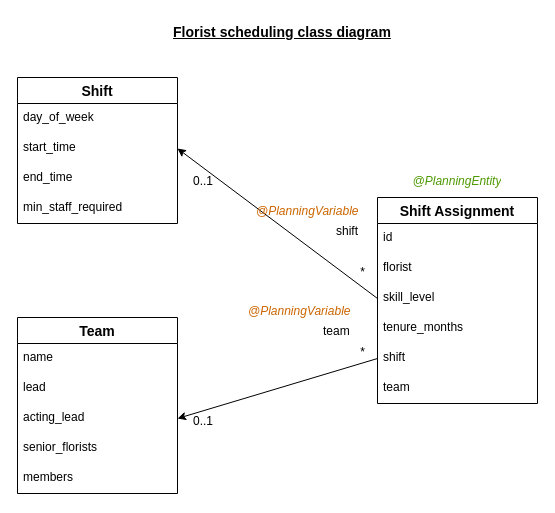
This is diagram.drawio from yewshanooi-tech/scheduling, a draw.io file, before an edit. Source tidied: cells renumbered, new cells numbered last; positions are measured from the earlier drawing's top-left corner, leaving out a move shared by most shapes. Both pictures are drawn from the tidied source at 100%, with x=0, y=0 at pixel (17, 17).
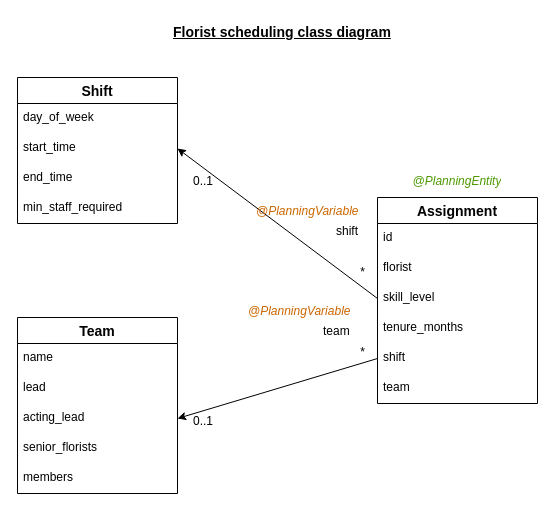
After the change.

What changed in the source:
```diff
@@
-    <mxCell id="2" value="Shift Assignment" style="swimlane;fontStyle=1;horizontal=1;startSize=26;align=center;fontSize=14;" parent="1" vertex="1">
+    <mxCell id="2" value="Assignment" style="swimlane;fontStyle=1;horizontal=1;startSize=26;align=center;fontSize=14;" parent="1" vertex="1">
       <mxGeometry x="360" y="180" width="160" height="206" as="geometry" />
     </mxCell>
```
